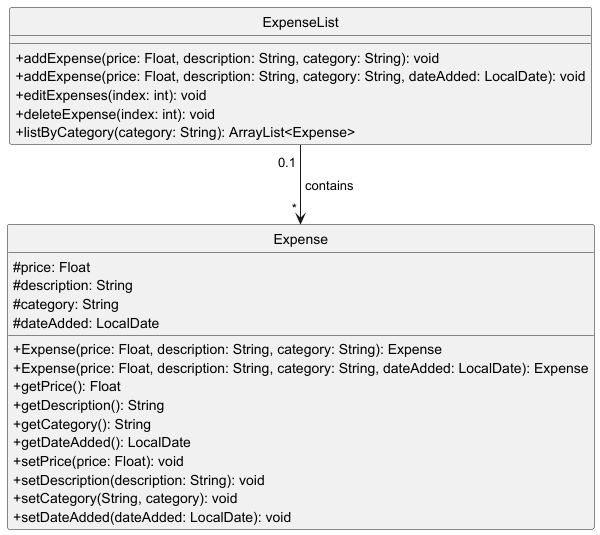
This is docs/diagrams/images/ExpenseAndExpenseList.png from nus-cs2113-AY2425S1/tp, a PlantUML export, as it was before one commit.
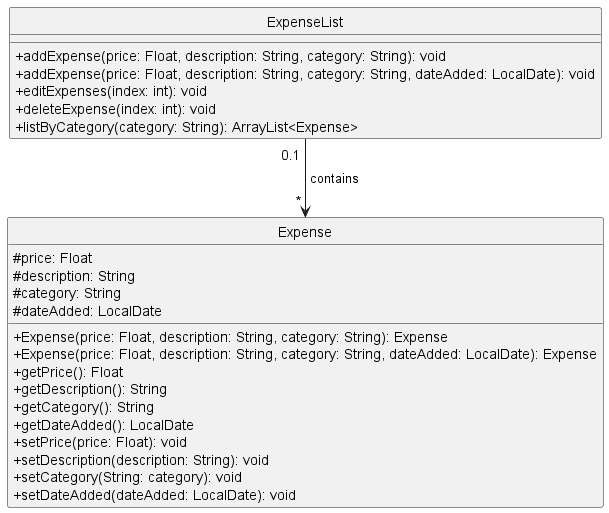
After the change.

What changed in the source:
```diff
@@ -15,7 +15,7 @@
     +getDateAdded(): LocalDate
     +setPrice(price: Float): void
     +setDescription(description: String): void
-    +setCategory(String, category): void
+    +setCategory(String: category): void
     +setDateAdded(dateAdded: LocalDate): void
 }
 
```
